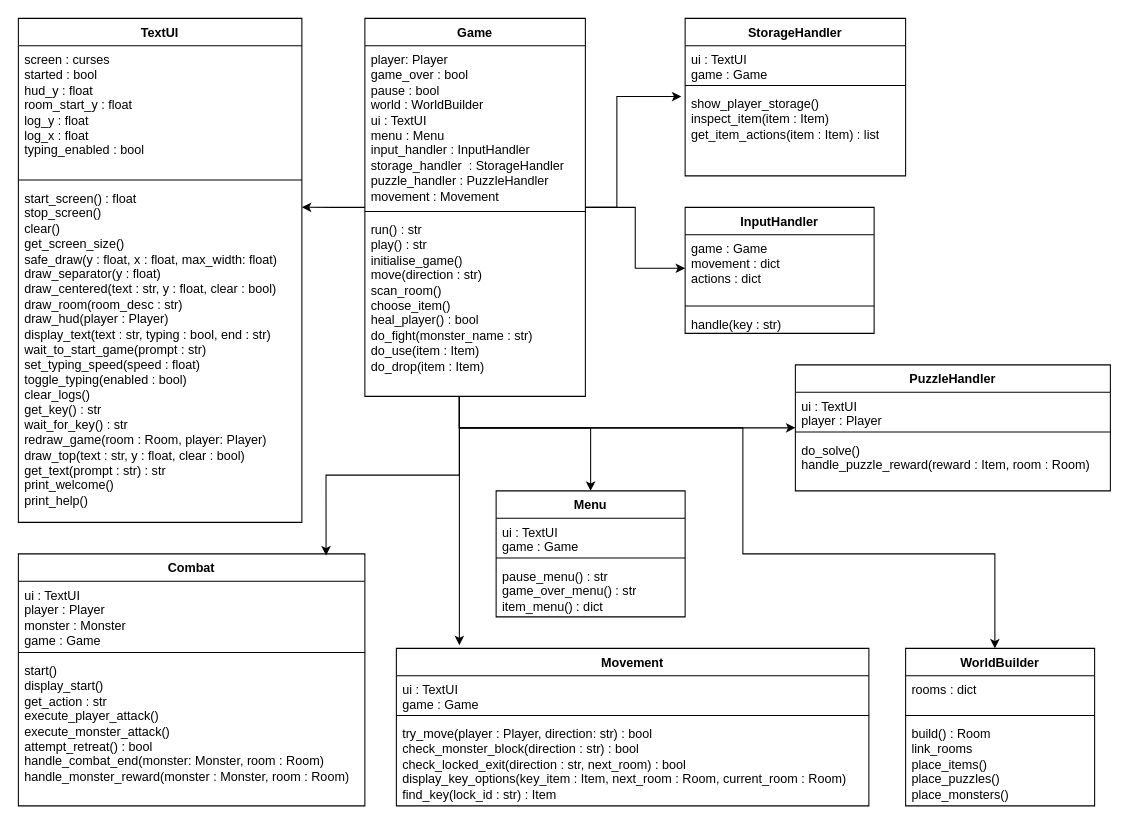
Earlier version of the draw.io diagram diagrams/corrupted_labyrinth_uml.drawio (rey301/game_corrupted_labyrinth). Source tidied: cells renumbered, new cells numbered last; positions are measured from the earlier drawing's top-left corner, leaving out a move shared by most shapes. Both pictures are drawn from the tidied source at 105%, with x=0, y=0 at pixel (18, 18).
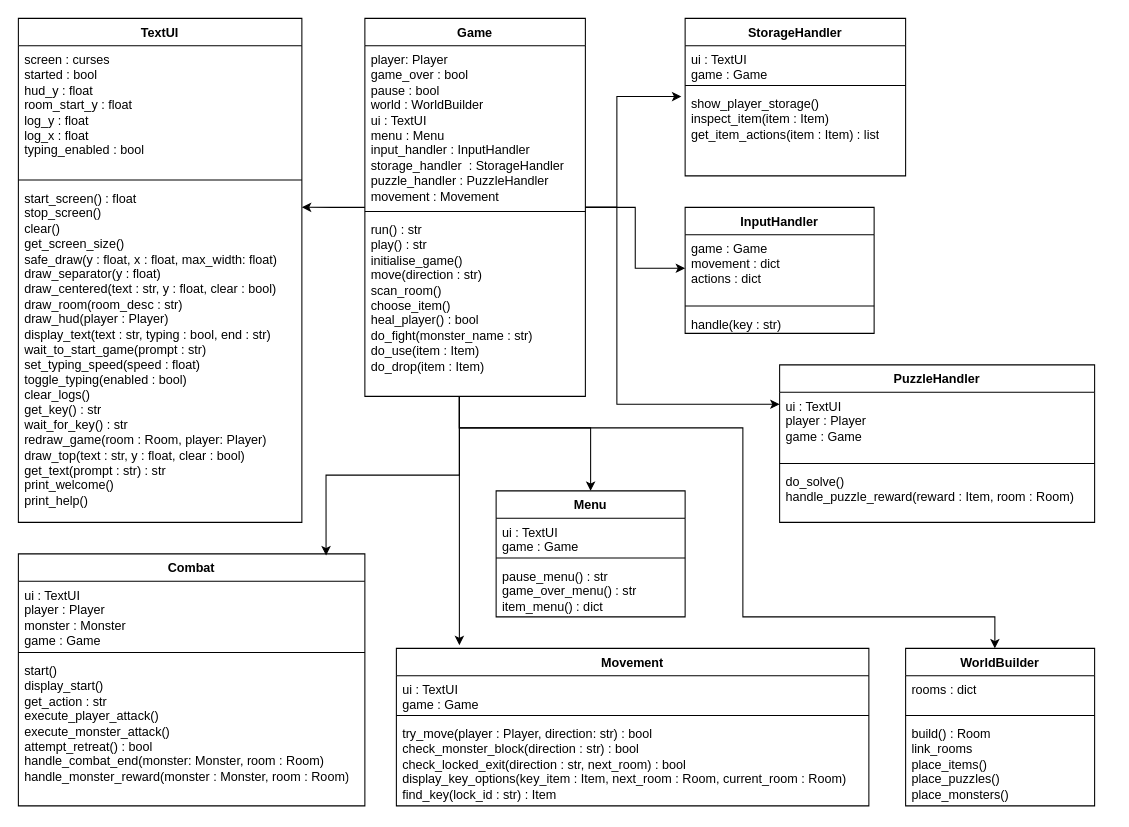
The same page after the edit.

The change refers to these unchanged cells:
```xml
<mxCell id="7" value="Game" style="swimlane;fontStyle=1;align=center;verticalAlign=top;horizontal=1;startSize=26;whiteSpace=wrap;html=1;" parent="1" vertex="1">
  <mxGeometry x="330" width="210" height="360" as="geometry" />
</mxCell>
```

The edit, as a diff of the source:
```diff
@@
-    <mxCell id="4" style="edgeStyle=orthogonalEdgeStyle;rounded=0;jettySize=auto;html=1;" parent="1" edge="1" source="7" target="33">
-      <mxGeometry relative="1" as="geometry">
-        <Array as="points">
-          <mxPoint x="420" y="390" />
-        </Array>
-      </mxGeometry>
-    </mxCell>
     <mxCell id="5" style="edgeStyle=orthogonalEdgeStyle;rounded=0;jettySize=auto;html=1;" parent="1" edge="1" source="7">
       <mxGeometry relative="1" as="geometry">
         <mxPoint x="930" y="600" as="targetPoint" />
         <Array as="points">
           <mxPoint x="420" y="390" />
           <mxPoint x="690" y="390" />
-          <mxPoint x="690" y="510" />
-          <mxPoint x="930" y="510" />
-          <mxPoint x="930" y="600" />
+          <mxPoint x="690" y="570" />
+          <mxPoint x="930" y="570" />
         </Array>
       </mxGeometry>
     </mxCell>
@@
+    <mxCell id="46" style="edgeStyle=orthogonalEdgeStyle;rounded=0;jettySize=auto;html=1;entryX=0;entryY=0.25;entryDx=0;entryDy=0;" parent="1" edge="1" source="7" target="31">
+      <mxGeometry relative="1" as="geometry">
+        <Array as="points">
+          <mxPoint x="570" y="180" />
+          <mxPoint x="570" y="368" />
+        </Array>
+      </mxGeometry>
+    </mxCell>
@@
     <mxCell id="31" value="PuzzleHandler" style="swimlane;fontStyle=1;align=center;verticalAlign=top;horizontal=1;startSize=26;whiteSpace=wrap;html=1;" parent="1" vertex="1">
-      <mxGeometry x="740" y="330" width="300" height="120" as="geometry" />
+      <mxGeometry x="725" y="330" width="300" height="150" as="geometry" />
     </mxCell>
-    <mxCell id="32" value="&lt;div&gt;ui : TextUI&lt;/div&gt;&lt;div&gt;player : Player&lt;/div&gt;" style="text;strokeColor=none;fillColor=none;align=left;verticalAlign=top;spacingLeft=4;spacingRight=4;overflow=hidden;whiteSpace=wrap;html=1;" parent="31" vertex="1">
-      <mxGeometry y="26" width="300" height="34" as="geometry" />
+    <mxCell id="32" value="&lt;div&gt;ui : TextUI&lt;/div&gt;&lt;div&gt;player : Player&lt;/div&gt;&lt;div&gt;game : Game&lt;/div&gt;" style="text;strokeColor=none;fillColor=none;align=left;verticalAlign=top;spacingLeft=4;spacingRight=4;overflow=hidden;whiteSpace=wrap;html=1;" parent="31" vertex="1">
+      <mxGeometry y="26" width="300" height="64" as="geometry" />
     </mxCell>
     <mxCell id="33" style="line;strokeWidth=1;fillColor=none;align=left;verticalAlign=middle;spacingTop=-1;spacingLeft=3;spacingRight=3;labelPosition=right;points=[];portConstraint=eastwest;strokeColor=inherit;" parent="31" vertex="1">
-      <mxGeometry y="60" width="300" height="8" as="geometry" />
+      <mxGeometry y="90" width="300" height="8" as="geometry" />
     </mxCell>
     <mxCell id="34" value="&lt;div&gt;do_solve()&amp;nbsp;&lt;/div&gt;&lt;div&gt;handle_puzzle_reward(reward : Item, room : Room)&lt;/div&gt;" style="text;strokeColor=none;fillColor=none;align=left;verticalAlign=top;spacingLeft=4;spacingRight=4;overflow=hidden;whiteSpace=wrap;html=1;" parent="31" vertex="1">
-      <mxGeometry y="68" width="300" height="52" as="geometry" />
+      <mxGeometry y="98" width="300" height="52" as="geometry" />
     </mxCell>
```
